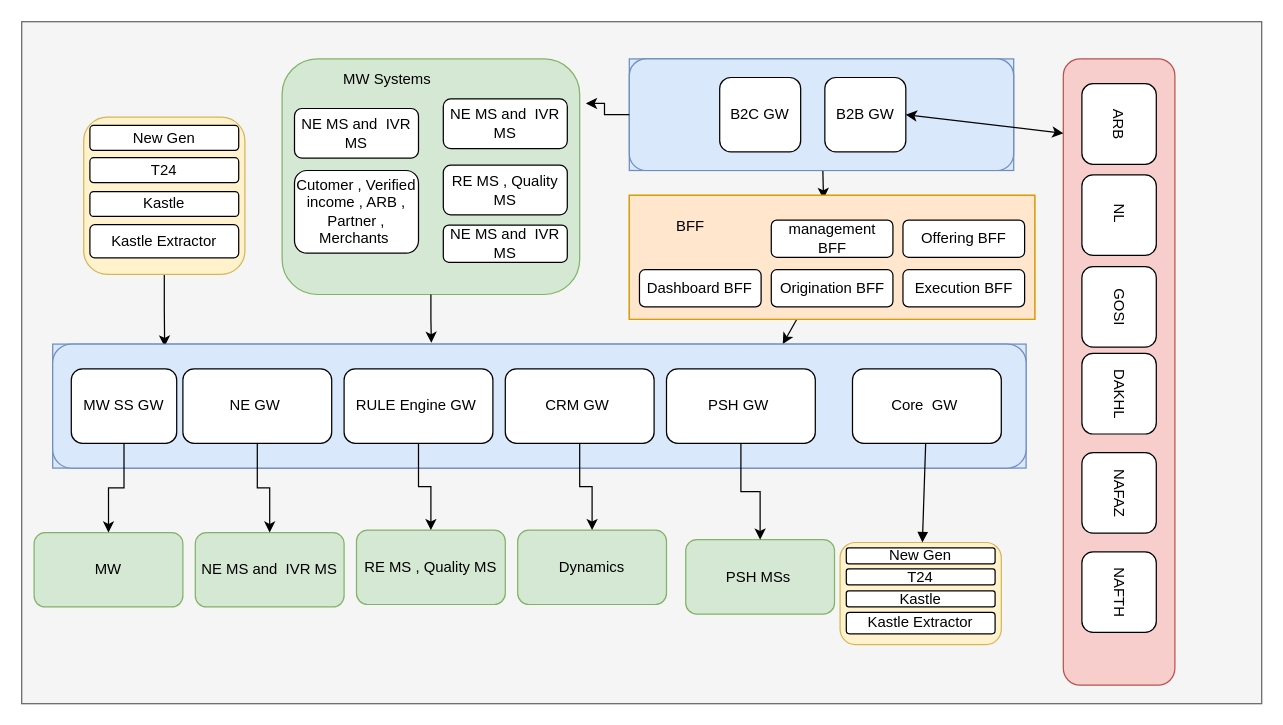
Before: page "Internal GW layers" (2 of 19) of Migration Onboarding & origination Flow .drawio in MHosnii/DrawIo, a draw.io diagram. Source tidied: cells renumbered, new cells numbered last; positions are measured from the earlier drawing's top-left corner, leaving out a move shared by most shapes. Both pictures are drawn from the tidied source at 124%, with x=0, y=0 at pixel (21, 21).
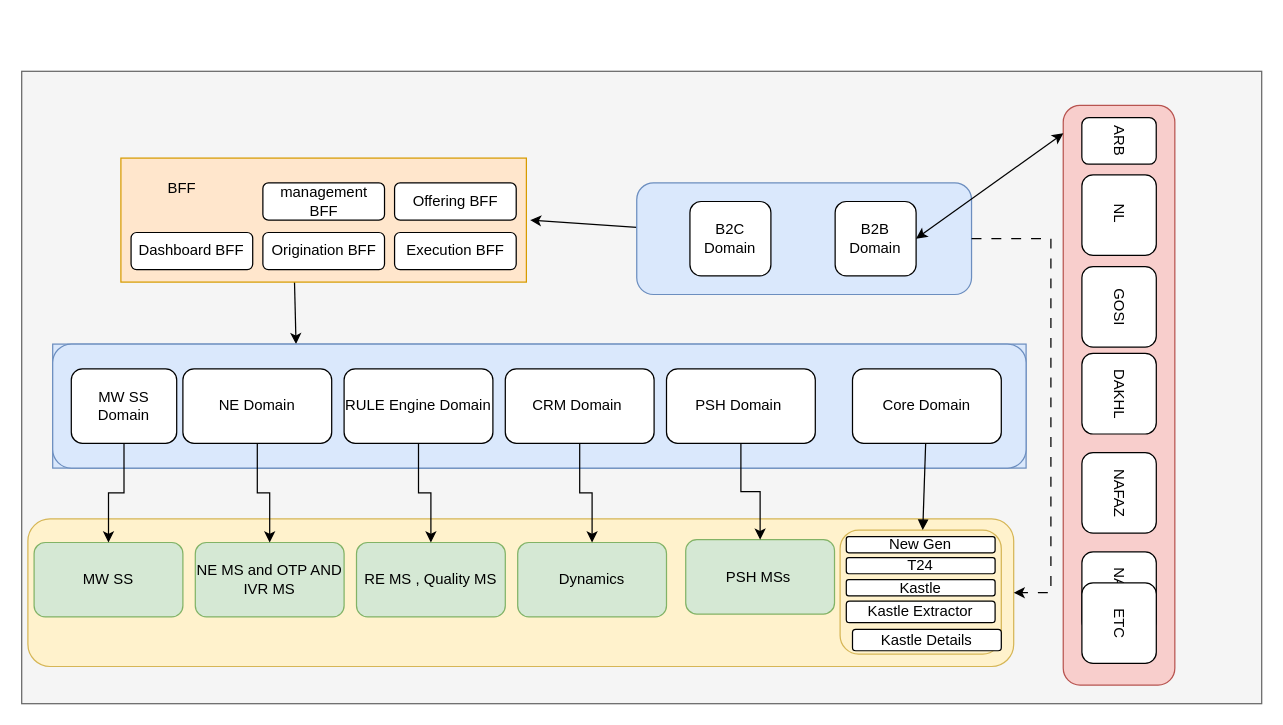
Above is the later version.

Unchanged cells that the change refers to:
```xml
<mxCell id="6" value="PSH MSs&amp;nbsp;" style="rounded=1;whiteSpace=wrap;html=1;fillColor=#d5e8d4;strokeColor=#82b366;" parent="1" vertex="1">
  <mxGeometry x="535.5" y="417.7" width="120" height="60" as="geometry" />
</mxCell>
<mxCell id="36" style="rounded=1;whiteSpace=wrap;html=1;fillColor=#dae8fc;strokeColor=#6c8ebf;" parent="1" vertex="1">
  <mxGeometry x="25" y="260" width="785" height="100" as="geometry" />
</mxCell>
```

The edit, as a diff of the source:
```diff
@@
-    <mxCell id="2" style="rounded=0;whiteSpace=wrap;html=1;fillColor=#f5f5f5;fontColor=#333333;strokeColor=#666666;" parent="1" vertex="1">
-      <mxGeometry width="1000" height="550" as="geometry" />
-    </mxCell>
-    <mxCell id="3" value="NE MS and&amp;nbsp; IVR MS" style="rounded=1;whiteSpace=wrap;html=1;fillColor=#d5e8d4;strokeColor=#82b366;" parent="1" vertex="1">
-      <mxGeometry x="140" y="412" width="120" height="60" as="geometry" />
-    </mxCell>
+    <mxCell id="64" style="rounded=0;whiteSpace=wrap;html=1;fillColor=#f5f5f5;fontColor=#333333;strokeColor=#666666;" parent="1" vertex="1">
+      <mxGeometry y="40" width="1000" height="510" as="geometry" />
+    </mxCell>
+    <mxCell id="65" style="rounded=1;whiteSpace=wrap;html=1;fillColor=#fff2cc;strokeColor=#d6b656;" parent="1" vertex="1">
+      <mxGeometry x="5" y="401" width="795" height="119" as="geometry" />
+    </mxCell>
+    <mxCell id="66" value="NE MS and OTP AND IVR MS" style="rounded=1;whiteSpace=wrap;html=1;fillColor=#d5e8d4;strokeColor=#82b366;" parent="1" vertex="1">
+      <mxGeometry x="140" y="420" width="120" height="60" as="geometry" />
+    </mxCell>
     <mxCell id="4" value="RE MS , Quality MS" style="whiteSpace=wrap;html=1;rounded=1;fillColor=#d5e8d4;strokeColor=#82b366;" parent="1" vertex="1">
-      <mxGeometry x="270" y="410" width="120" height="60" as="geometry" />
+      <mxGeometry x="270" y="420" width="120" height="60" as="geometry" />
     </mxCell>
     <mxCell id="5" value="Dynamics" style="rounded=1;whiteSpace=wrap;html=1;fillColor=#d5e8d4;strokeColor=#82b366;" parent="1" vertex="1">
-      <mxGeometry x="400" y="410" width="120" height="60" as="geometry" />
+      <mxGeometry x="400" y="420" width="120" height="60" as="geometry" />
     </mxCell>
@@
-    <mxCell id="7" style="group;fillColor=#dae8fc;strokeColor=#6c8ebf;" parent="1" vertex="1">
-      <mxGeometry x="490" y="30" width="310" height="90" as="geometry" />
-    </mxCell>
@@
-    <mxCell id="9" style="rounded=0;jettySize=auto;html=1;entryX=0.75;entryY=0;entryDx=0;entryDy=0;flowAnimation=1;" parent="1" edge="1" source="42" target="36">
-      <mxGeometry relative="1" as="geometry" />
-    </mxCell>
-    <mxCell id="10" style="rounded=0;jettySize=auto;html=1;entryX=0.479;entryY=0.03;entryDx=0;entryDy=0;entryPerimeter=0;flowAnimation=1;" parent="1" edge="1" source="33" target="42">
-      <mxGeometry relative="1" as="geometry" />
-    </mxCell>
-    <mxCell id="11" style="group;fillColor=#ffe6cc;strokeColor=#d79b00;" parent="1" vertex="1">
-      <mxGeometry x="490" y="140" width="327" height="100" as="geometry" />
-    </mxCell>
-    <mxCell id="12" style="rounded=1;whiteSpace=wrap;html=1;fillColor=#d5e8d4;strokeColor=#82b366;" parent="1" vertex="1">
-      <mxGeometry x="210" y="30" width="240" height="190" as="geometry" />
-    </mxCell>
-    <mxCell id="13" value="MW Systems" style="text;html=1;align=center;verticalAlign=middle;whiteSpace=wrap;rounded=0;" parent="1" vertex="1">
-      <mxGeometry x="230" y="32.3" width="130" height="30" as="geometry" />
-    </mxCell>
-    <mxCell id="14" value="NE MS and&amp;nbsp; IVR MS" style="rounded=1;whiteSpace=wrap;html=1;" parent="1" vertex="1">
-      <mxGeometry x="220" y="70" width="100" height="40" as="geometry" />
-    </mxCell>
-    <mxCell id="15" value="RE MS , Quality MS" style="whiteSpace=wrap;html=1;rounded=1;" parent="1" vertex="1">
-      <mxGeometry x="340" y="115.7" width="100" height="40" as="geometry" />
-    </mxCell>
-    <mxCell id="16" value="NE MS and&amp;nbsp; IVR MS" style="rounded=1;whiteSpace=wrap;html=1;" parent="1" vertex="1">
-      <mxGeometry x="340" y="164" width="100" height="30" as="geometry" />
-    </mxCell>
-    <mxCell id="17" value="NE MS and&amp;nbsp; IVR MS" style="rounded=1;whiteSpace=wrap;html=1;" parent="1" vertex="1">
-      <mxGeometry x="340" y="62.3" width="100" height="40" as="geometry" />
-    </mxCell>
-    <mxCell id="18" style="edgeStyle=orthogonalEdgeStyle;rounded=0;jettySize=auto;html=1;entryX=0.115;entryY=0.02;entryDx=0;entryDy=0;entryPerimeter=0;flowAnimation=1;" parent="1" edge="1" source="49" target="36">
-      <mxGeometry relative="1" as="geometry" />
-    </mxCell>
-    <mxCell id="19" value="Cutomer , Verified income , ARB , Partner , Merchants&amp;nbsp;" style="rounded=1;whiteSpace=wrap;html=1;" parent="1" vertex="1">
-      <mxGeometry x="220" y="120" width="100" height="66.7" as="geometry" />
-    </mxCell>
-    <mxCell id="20" style="edgeStyle=orthogonalEdgeStyle;rounded=0;jettySize=auto;html=1;entryX=0.389;entryY=-0.01;entryDx=0;entryDy=0;entryPerimeter=0;flowAnimation=1;" parent="1" edge="1" source="12" target="36">
-      <mxGeometry relative="1" as="geometry" />
-    </mxCell>
-    <mxCell id="21" style="rounded=1;whiteSpace=wrap;html=1;rotation=90;fillColor=#f8cecc;strokeColor=#b85450;" parent="1" vertex="1">
-      <mxGeometry x="632.5" y="237.5" width="505" height="90" as="geometry" />
-    </mxCell>
+    <mxCell id="67" style="rounded=0;jettySize=auto;html=1;flowAnimation=1;entryX=0.25;entryY=0;entryDx=0;entryDy=0;" parent="1" edge="1" target="36">
+      <mxGeometry relative="1" as="geometry">
+        <mxPoint x="220" y="210" as="sourcePoint" />
+      </mxGeometry>
+    </mxCell>
+    <mxCell id="68" style="rounded=0;jettySize=auto;html=1;flowAnimation=1;" parent="1" edge="1" source="75">
+      <mxGeometry relative="1" as="geometry">
+        <mxPoint x="410" y="160" as="targetPoint" />
+      </mxGeometry>
+    </mxCell>
+    <mxCell id="69" style="rounded=1;whiteSpace=wrap;html=1;rotation=90;fillColor=#f8cecc;strokeColor=#b85450;" parent="1" vertex="1">
+      <mxGeometry x="651.2" y="256.2" width="467.5" height="90" as="geometry" />
+    </mxCell>
     <mxCell id="22" value="ARB" style="rounded=1;whiteSpace=wrap;html=1;rotation=90;" parent="1" vertex="1">
-      <mxGeometry x="852.5" y="52.5" width="65" height="60" as="geometry" />
+      <mxGeometry x="866.2" y="66.2" width="37.5" height="60" as="geometry" />
     </mxCell>
@@
-    <mxCell id="28" style="rounded=1;whiteSpace=wrap;html=1;fillColor=#fff2cc;strokeColor=#d6b656;" parent="1" vertex="1">
-      <mxGeometry x="660" y="420" width="130" height="82.3" as="geometry" />
-    </mxCell>
-    <mxCell id="29" value="New Gen" style="rounded=1;whiteSpace=wrap;html=1;" parent="1" vertex="1">
-      <mxGeometry x="665" y="424.3" width="120" height="13" as="geometry" />
-    </mxCell>
-    <mxCell id="30" value="T24" style="rounded=1;whiteSpace=wrap;html=1;" parent="1" vertex="1">
-      <mxGeometry x="665" y="441.2" width="120" height="13" as="geometry" />
-    </mxCell>
-    <mxCell id="31" value="Kastle Extractor" style="rounded=1;whiteSpace=wrap;html=1;" parent="1" vertex="1">
-      <mxGeometry x="665" y="476.3" width="120" height="17.3" as="geometry" />
-    </mxCell>
-    <mxCell id="32" value="Kastle" style="rounded=1;whiteSpace=wrap;html=1;" parent="1" vertex="1">
-      <mxGeometry x="665" y="459" width="120" height="13" as="geometry" />
-    </mxCell>
-    <mxCell id="33" style="rounded=1;whiteSpace=wrap;html=1;fillColor=#dae8fc;strokeColor=#6c8ebf;" parent="1" vertex="1">
-      <mxGeometry x="490" y="30" width="310" height="90" as="geometry" />
-    </mxCell>
-    <mxCell id="34" value="B2C GW" style="rounded=1;whiteSpace=wrap;html=1;" parent="1" vertex="1">
-      <mxGeometry x="562.9" y="45" width="65.3" height="60" as="geometry" />
-    </mxCell>
-    <mxCell id="35" value="B2B GW" style="rounded=1;whiteSpace=wrap;html=1;" parent="1" vertex="1">
-      <mxGeometry x="647.7" y="45" width="65.3" height="60" as="geometry" />
-    </mxCell>
+    <mxCell id="70" style="rounded=1;whiteSpace=wrap;html=1;fillColor=#fff2cc;strokeColor=#d6b656;" parent="1" vertex="1">
+      <mxGeometry x="660" y="410" width="130" height="100" as="geometry" />
+    </mxCell>
+    <mxCell id="71" value="New Gen" style="rounded=1;whiteSpace=wrap;html=1;" parent="1" vertex="1">
+      <mxGeometry x="665" y="415.3" width="120" height="13" as="geometry" />
+    </mxCell>
+    <mxCell id="72" value="T24" style="rounded=1;whiteSpace=wrap;html=1;" parent="1" vertex="1">
+      <mxGeometry x="665" y="432.2" width="120" height="13" as="geometry" />
+    </mxCell>
+    <mxCell id="73" value="Kastle Extractor" style="rounded=1;whiteSpace=wrap;html=1;" parent="1" vertex="1">
+      <mxGeometry x="665" y="467.3" width="120" height="17.3" as="geometry" />
+    </mxCell>
+    <mxCell id="74" value="Kastle" style="rounded=1;whiteSpace=wrap;html=1;" parent="1" vertex="1">
+      <mxGeometry x="665" y="450" width="120" height="13" as="geometry" />
+    </mxCell>
+    <mxCell id="75" style="rounded=1;whiteSpace=wrap;html=1;fillColor=#dae8fc;strokeColor=#6c8ebf;" parent="1" vertex="1">
+      <mxGeometry x="496" y="130" width="270" height="90" as="geometry" />
+    </mxCell>
+    <mxCell id="76" value="B2C Domain" style="rounded=1;whiteSpace=wrap;html=1;" parent="1" vertex="1">
+      <mxGeometry x="538.9" y="145" width="65.3" height="60" as="geometry" />
+    </mxCell>
+    <mxCell id="77" value="B2B Domain" style="rounded=1;whiteSpace=wrap;html=1;" parent="1" vertex="1">
+      <mxGeometry x="656" y="145" width="65.3" height="60" as="geometry" />
+    </mxCell>
@@
-    <mxCell id="37" value="NE GW&amp;nbsp;" style="rounded=1;whiteSpace=wrap;html=1;" parent="1" vertex="1">
-      <mxGeometry x="130" y="280" width="120" height="60" as="geometry" />
-    </mxCell>
-    <mxCell id="38" value="RULE Engine GW&amp;nbsp;" style="rounded=1;whiteSpace=wrap;html=1;" parent="1" vertex="1">
-      <mxGeometry x="260" y="280" width="120" height="60" as="geometry" />
-    </mxCell>
-    <mxCell id="39" value="CRM GW&amp;nbsp;" style="rounded=1;whiteSpace=wrap;html=1;" parent="1" vertex="1">
-      <mxGeometry x="390" y="280" width="120" height="60" as="geometry" />
-    </mxCell>
-    <mxCell id="40" value="PSH GW&amp;nbsp;" style="rounded=1;whiteSpace=wrap;html=1;" parent="1" vertex="1">
-      <mxGeometry x="520" y="280" width="120" height="60" as="geometry" />
-    </mxCell>
-    <mxCell id="41" value="Core&amp;nbsp; GW&amp;nbsp;" style="rounded=1;whiteSpace=wrap;html=1;" parent="1" vertex="1">
-      <mxGeometry x="670" y="280" width="120" height="60" as="geometry" />
-    </mxCell>
-    <mxCell id="42" style="rounded=0;whiteSpace=wrap;html=1;fillColor=#ffe6cc;strokeColor=#d79b00;" parent="1" vertex="1">
-      <mxGeometry x="490" y="140" width="327" height="100" as="geometry" />
-    </mxCell>
+    <mxCell id="78" value="NE Domain" style="rounded=1;whiteSpace=wrap;html=1;" parent="1" vertex="1">
+      <mxGeometry x="130" y="280" width="120" height="60" as="geometry" />
+    </mxCell>
+    <mxCell id="79" value="RULE Engine Domain" style="rounded=1;whiteSpace=wrap;html=1;" parent="1" vertex="1">
+      <mxGeometry x="260" y="280" width="120" height="60" as="geometry" />
+    </mxCell>
+    <mxCell id="80" value="CRM Domain&amp;nbsp;" style="rounded=1;whiteSpace=wrap;html=1;" parent="1" vertex="1">
+      <mxGeometry x="390" y="280" width="120" height="60" as="geometry" />
+    </mxCell>
+    <mxCell id="81" value="PSH Domain&amp;nbsp;" style="rounded=1;whiteSpace=wrap;html=1;" parent="1" vertex="1">
+      <mxGeometry x="520" y="280" width="120" height="60" as="geometry" />
+    </mxCell>
+    <mxCell id="82" value="Core Domain" style="rounded=1;whiteSpace=wrap;html=1;" parent="1" vertex="1">
+      <mxGeometry x="670" y="280" width="120" height="60" as="geometry" />
+    </mxCell>
+    <mxCell id="83" style="endArrow=classic;startArrow=classic;html=1;rounded=0;exitX=1;exitY=0.5;exitDx=0;exitDy=0;" parent="1" edge="1" source="77">
+      <mxGeometry relative="1" as="geometry">
+        <mxPoint x="840" y="90" as="targetPoint" />
+      </mxGeometry>
+    </mxCell>
+    <mxCell id="84" style="rounded=0;jettySize=auto;html=1;endArrow=block;endFill=1;flowAnimation=1;" parent="1" edge="1" source="82" target="70">
+      <mxGeometry relative="1" as="geometry" />
+    </mxCell>
+    <mxCell id="85" style="edgeStyle=orthogonalEdgeStyle;rounded=0;jettySize=auto;html=1;flowAnimation=1;" parent="1" edge="1" source="78" target="66">
+      <mxGeometry relative="1" as="geometry" />
+    </mxCell>
+    <mxCell id="86" style="edgeStyle=orthogonalEdgeStyle;rounded=0;jettySize=auto;html=1;flowAnimation=1;" parent="1" edge="1" source="79" target="4">
+      <mxGeometry relative="1" as="geometry" />
+    </mxCell>
+    <mxCell id="87" style="edgeStyle=orthogonalEdgeStyle;rounded=0;jettySize=auto;html=1;flowAnimation=1;" parent="1" edge="1" source="80" target="5">
+      <mxGeometry relative="1" as="geometry" />
+    </mxCell>
+    <mxCell id="88" style="edgeStyle=orthogonalEdgeStyle;rounded=0;jettySize=auto;html=1;snapToPoint=0;startFill=1;flowAnimation=1;" parent="1" edge="1" source="81" target="6">
+      <mxGeometry relative="1" as="geometry" />
+    </mxCell>
+    <mxCell id="89" value="MW SS Domain" style="rounded=1;whiteSpace=wrap;html=1;" parent="1" vertex="1">
+      <mxGeometry x="40" y="280" width="85" height="60" as="geometry" />
+    </mxCell>
+    <mxCell id="90" value="MW SS" style="rounded=1;whiteSpace=wrap;html=1;fillColor=#d5e8d4;strokeColor=#82b366;" parent="1" vertex="1">
+      <mxGeometry x="10" y="420" width="120" height="60" as="geometry" />
+    </mxCell>
+    <mxCell id="91" style="edgeStyle=orthogonalEdgeStyle;rounded=0;jettySize=auto;html=1;flowAnimation=1;exitX=0.5;exitY=1;exitDx=0;exitDy=0;entryX=0.5;entryY=0;entryDx=0;entryDy=0;" parent="1" edge="1" source="89" target="90">
+      <mxGeometry relative="1" as="geometry" />
+    </mxCell>
+    <mxCell id="92" style="edgeStyle=elbowEdgeStyle;rounded=0;jettySize=auto;html=1;entryX=1;entryY=0.5;entryDx=0;entryDy=0;dashed=1;dashPattern=8 8;flowAnimation=1;" parent="1" edge="1" source="75" target="65">
+      <mxGeometry relative="1" as="geometry">
+        <Array as="points">
+          <mxPoint x="830" y="270" />
+        </Array>
+      </mxGeometry>
+    </mxCell>
+    <mxCell id="93" style="group;" parent="1" vertex="1">
+      <mxGeometry x="80" y="110" width="327" height="100" as="geometry" />
+    </mxCell>
+    <mxCell id="94" style="group;fillColor=#ffe6cc;strokeColor=#d79b00;" parent="93" vertex="1">
+      <mxGeometry width="327" height="100" as="geometry" />
+    </mxCell>
-    <mxCell id="43" value="BFF" style="text;html=1;align=center;verticalAlign=middle;whiteSpace=wrap;rounded=0;" parent="1" vertex="1">
-      <mxGeometry x="514.5" y="150" width="49" height="30" as="geometry" />
+    <mxCell id="43" value="BFF" style="text;html=1;align=center;verticalAlign=middle;whiteSpace=wrap;rounded=0;" parent="93" vertex="1">
+      <mxGeometry x="24.5" y="10" width="49" height="30" as="geometry" />
     </mxCell>
-    <mxCell id="44" value="Dashboard BFF" style="rounded=1;whiteSpace=wrap;html=1;" parent="1" vertex="1">
-      <mxGeometry x="498.2" y="200" width="98.1" height="30" as="geometry" />
+    <mxCell id="44" value="Dashboard BFF" style="rounded=1;whiteSpace=wrap;html=1;" parent="93" vertex="1">
+      <mxGeometry x="8.2" y="60" width="98.1" height="30" as="geometry" />
     </mxCell>
-    <mxCell id="45" value="Origination BFF" style="rounded=1;whiteSpace=wrap;html=1;" parent="1" vertex="1">
-      <mxGeometry x="604.5" y="200" width="98.1" height="30" as="geometry" />
+    <mxCell id="45" value="Origination BFF" style="rounded=1;whiteSpace=wrap;html=1;" parent="93" vertex="1">
+      <mxGeometry x="114.5" y="60" width="98.1" height="30" as="geometry" />
     </mxCell>
-    <mxCell id="46" value="Offering BFF" style="rounded=1;whiteSpace=wrap;html=1;" parent="1" vertex="1">
-      <mxGeometry x="710.7" y="160" width="98.1" height="30" as="geometry" />
+    <mxCell id="46" value="Offering BFF" style="rounded=1;whiteSpace=wrap;html=1;" parent="93" vertex="1">
+      <mxGeometry x="220.7" y="20" width="98.1" height="30" as="geometry" />
     </mxCell>
-    <mxCell id="47" value="Execution BFF" style="rounded=1;whiteSpace=wrap;html=1;" parent="1" vertex="1">
-      <mxGeometry x="710.7" y="200" width="98.1" height="30" as="geometry" />
+    <mxCell id="47" value="Execution BFF" style="rounded=1;whiteSpace=wrap;html=1;" parent="93" vertex="1">
+      <mxGeometry x="220.7" y="60" width="98.1" height="30" as="geometry" />
     </mxCell>
-    <mxCell id="48" value="management BFF" style="rounded=1;whiteSpace=wrap;html=1;" parent="1" vertex="1">
-      <mxGeometry x="604.5" y="160" width="98.1" height="30" as="geometry" />
+    <mxCell id="48" value="management BFF" style="rounded=1;whiteSpace=wrap;html=1;" parent="93" vertex="1">
+      <mxGeometry x="114.5" y="20" width="98.1" height="30" as="geometry" />
     </mxCell>
-    <mxCell id="49" style="rounded=1;whiteSpace=wrap;html=1;fillColor=#fff2cc;strokeColor=#d6b656;" parent="1" vertex="1">
-      <mxGeometry x="50" y="77" width="130" height="126.7" as="geometry" />
-    </mxCell>
-    <mxCell id="50" value="New Gen" style="rounded=1;whiteSpace=wrap;html=1;" parent="1" vertex="1">
-      <mxGeometry x="55" y="83.7" width="120" height="20" as="geometry" />
-    </mxCell>
-    <mxCell id="51" value="T24" style="rounded=1;whiteSpace=wrap;html=1;" parent="1" vertex="1">
-      <mxGeometry x="55" y="109.7" width="120" height="20" as="geometry" />
-    </mxCell>
-    <mxCell id="52" value="Kastle Extractor" style="rounded=1;whiteSpace=wrap;html=1;" parent="1" vertex="1">
-      <mxGeometry x="55" y="163.7" width="120" height="26.7" as="geometry" />
-    </mxCell>
-    <mxCell id="53" value="Kastle" style="rounded=1;whiteSpace=wrap;html=1;" parent="1" vertex="1">
-      <mxGeometry x="55" y="137" width="120" height="20" as="geometry" />
-    </mxCell>
-    <mxCell id="54" style="endArrow=classic;startArrow=classic;html=1;rounded=0;exitX=1;exitY=0.5;exitDx=0;exitDy=0;" parent="1" edge="1" source="35">
-      <mxGeometry relative="1" as="geometry">
-        <mxPoint x="840" y="90" as="targetPoint" />
-      </mxGeometry>
-    </mxCell>
-    <mxCell id="55" style="edgeStyle=orthogonalEdgeStyle;rounded=0;jettySize=auto;html=1;entryX=1.021;entryY=0.189;entryDx=0;entryDy=0;entryPerimeter=0;" parent="1" edge="1" source="33" target="12">
-      <mxGeometry relative="1" as="geometry" />
-    </mxCell>
-    <mxCell id="56" style="rounded=0;jettySize=auto;html=1;endArrow=block;endFill=1;flowAnimation=1;" parent="1" edge="1" source="41" target="28">
-      <mxGeometry relative="1" as="geometry" />
-    </mxCell>
-    <mxCell id="57" style="edgeStyle=orthogonalEdgeStyle;rounded=0;jettySize=auto;html=1;flowAnimation=1;" parent="1" edge="1" source="37" target="3">
-      <mxGeometry relative="1" as="geometry" />
-    </mxCell>
-    <mxCell id="58" style="edgeStyle=orthogonalEdgeStyle;rounded=0;jettySize=auto;html=1;flowAnimation=1;" parent="1" edge="1" source="38" target="4">
-      <mxGeometry relative="1" as="geometry" />
-    </mxCell>
-    <mxCell id="59" style="edgeStyle=orthogonalEdgeStyle;rounded=0;jettySize=auto;html=1;flowAnimation=1;" parent="1" edge="1" source="39" target="5">
-      <mxGeometry relative="1" as="geometry" />
-    </mxCell>
-    <mxCell id="60" style="edgeStyle=orthogonalEdgeStyle;rounded=0;jettySize=auto;html=1;snapToPoint=0;startFill=1;flowAnimation=1;" parent="1" edge="1" source="40" target="6">
-      <mxGeometry relative="1" as="geometry" />
-    </mxCell>
-    <mxCell id="61" value="MW SS GW" style="rounded=1;whiteSpace=wrap;html=1;" parent="1" vertex="1">
-      <mxGeometry x="40" y="280" width="85" height="60" as="geometry" />
-    </mxCell>
-    <mxCell id="62" value="MW" style="rounded=1;whiteSpace=wrap;html=1;fillColor=#d5e8d4;strokeColor=#82b366;" parent="1" vertex="1">
-      <mxGeometry x="10" y="412" width="120" height="60" as="geometry" />
-    </mxCell>
-    <mxCell id="63" style="edgeStyle=orthogonalEdgeStyle;rounded=0;jettySize=auto;html=1;flowAnimation=1;exitX=0.5;exitY=1;exitDx=0;exitDy=0;entryX=0.5;entryY=0;entryDx=0;entryDy=0;" parent="1" edge="1" source="61" target="62">
-      <mxGeometry relative="1" as="geometry" />
-    </mxCell>
+    <mxCell id="95" value="ETC" style="rounded=1;whiteSpace=wrap;html=1;rotation=90;" parent="1" vertex="1">
+      <mxGeometry x="852.5" y="455" width="65" height="60" as="geometry" />
+    </mxCell>
+    <mxCell id="96" value="Kastle Details" style="rounded=1;whiteSpace=wrap;html=1;" parent="1" vertex="1">
+      <mxGeometry x="670" y="490" width="120" height="17.3" as="geometry" />
+    </mxCell>
```
